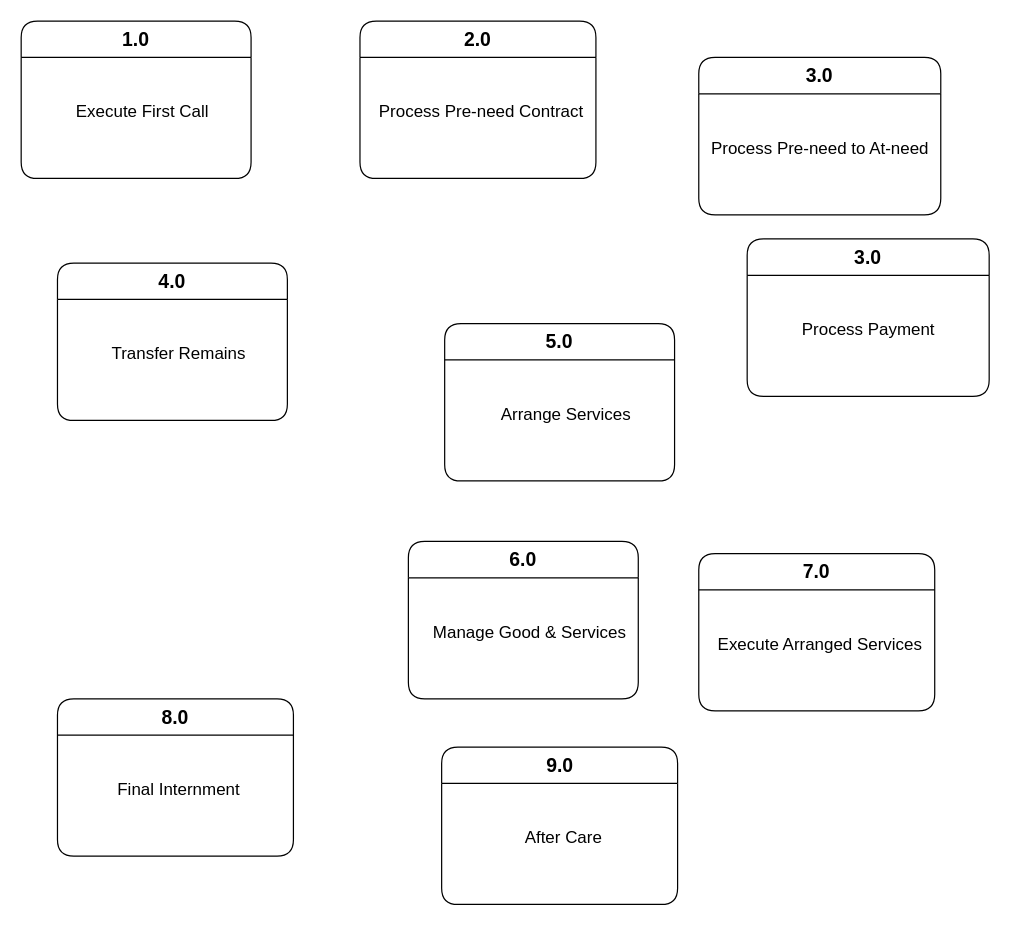
Above: page "DFD - 0" (7 of 12) of Untitled Diagram.drawio in Buddhika-Pathirathna/DiagramsRepo (draw.io), before the change. Source tidied: cells renumbered, new cells numbered last; positions are measured from the earlier drawing's top-left corner, leaving out a move shared by most shapes. Both pictures are drawn from the tidied source at 121%, with x=0, y=0 at pixel (21, 21).
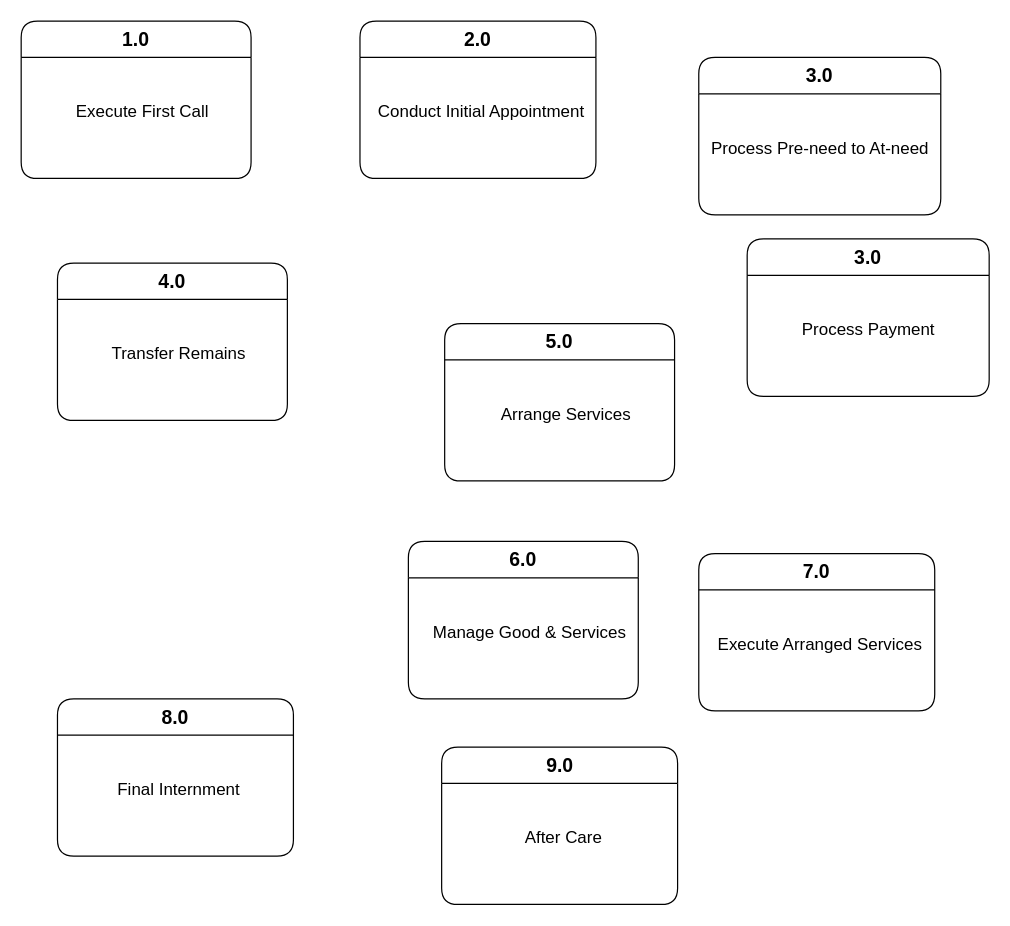
Above is the later version.

Unchanged cells that the change refers to:
```xml
<mxCell id="4" value="&lt;span style=&quot;font-size: 16px;&quot;&gt;2.0&lt;/span&gt;" style="swimlane;whiteSpace=wrap;html=1;rounded=1;startSize=30;" parent="1" vertex="1">
  <mxGeometry x="280" width="195" height="130" as="geometry" />
</mxCell>
```

The edit, as a diff of the source:
```diff
@@
-    <mxCell id="5" value="&lt;font style=&quot;font-size: 14px;&quot;&gt;Process Pre-need Contract&lt;/font&gt;" style="text;html=1;align=center;verticalAlign=middle;strokeColor=none;fillColor=none;" parent="4" vertex="1">
+    <mxCell id="5" value="&lt;font style=&quot;font-size: 14px;&quot;&gt;Conduct Initial Appointment&lt;/font&gt;" style="text;html=1;align=center;verticalAlign=middle;strokeColor=none;fillColor=none;" parent="4" vertex="1">
       <mxGeometry x="5" y="60" width="190" height="30" as="geometry" />
     </mxCell>
```
